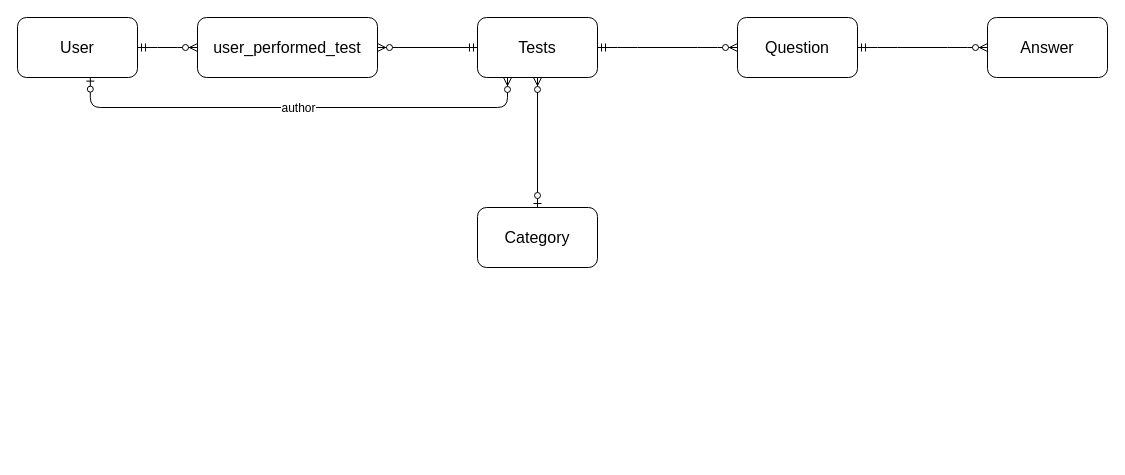
Before: Диаграмма без названия.drawio in Rustam-ki/ror-2.7.3, a draw.io diagram. Source tidied: cells renumbered, new cells numbered last; positions are measured from the earlier drawing's top-left corner, leaving out a move shared by most shapes. Both pictures are drawn from the tidied source at 100%, with x=0, y=0 at pixel (17, 17).
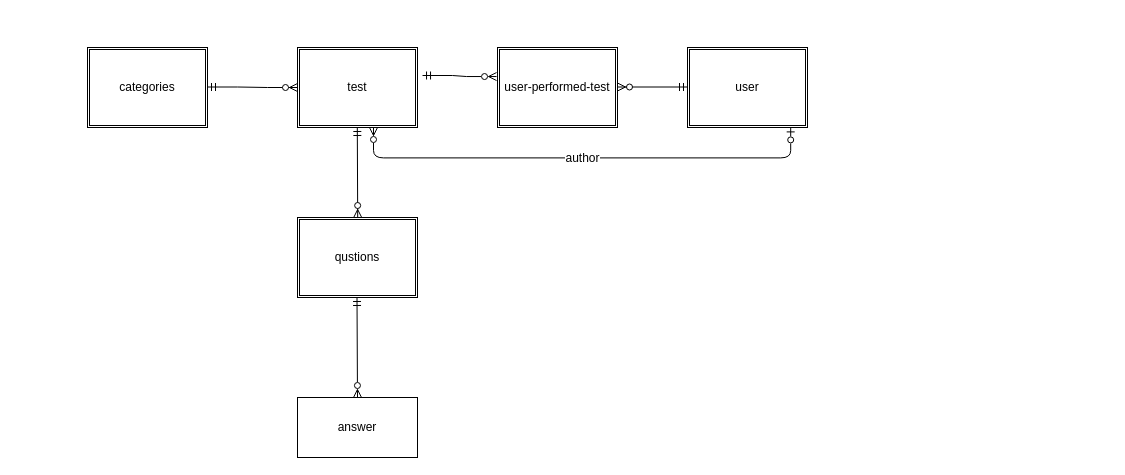
After the change.

Diff of the diagram source:
```diff
@@
-    <mxCell id="2" value="User" style="rounded=1;whiteSpace=wrap;html=1;strokeWidth=1;fontSize=16;" parent="1" vertex="1">
-      <mxGeometry width="120" height="60" as="geometry" />
-    </mxCell>
-    <mxCell id="3" value="Question" style="rounded=1;whiteSpace=wrap;html=1;strokeWidth=1;fontSize=16;" parent="1" vertex="1">
-      <mxGeometry x="720" width="120" height="60" as="geometry" />
-    </mxCell>
-    <mxCell id="4" value="Tests" style="rounded=1;whiteSpace=wrap;html=1;strokeWidth=1;fontSize=16;" parent="1" vertex="1">
-      <mxGeometry x="460" width="120" height="60" as="geometry" />
-    </mxCell>
-    <mxCell id="5" value="Answer" style="rounded=1;whiteSpace=wrap;html=1;strokeWidth=1;fontSize=16;" parent="1" vertex="1">
-      <mxGeometry x="970" width="120" height="60" as="geometry" />
-    </mxCell>
-    <mxCell id="6" value="user_performed_test" style="rounded=1;whiteSpace=wrap;html=1;strokeWidth=1;fontSize=16;" parent="1" vertex="1">
-      <mxGeometry x="180" width="180" height="60" as="geometry" />
-    </mxCell>
-    <mxCell id="7" value="Category" style="rounded=1;whiteSpace=wrap;html=1;strokeWidth=1;fontSize=16;direction=west;" parent="1" vertex="1">
-      <mxGeometry x="460" y="190" width="120" height="60" as="geometry" />
-    </mxCell>
-    <mxCell id="8" style="edgeStyle=orthogonalEdgeStyle;fontSize=12;html=1;endArrow=ERzeroToMany;startArrow=ERzeroToOne;entryX=0.25;entryY=1;strokeColor=#000000;exitX=0.607;exitY=0.994;exitPerimeter=0;" parent="1" edge="1" source="2" target="4">
-      <mxGeometry relative="1" as="geometry">
-        <Array as="points">
-          <mxPoint x="73" y="90" />
-          <mxPoint x="490" y="90" />
-        </Array>
-      </mxGeometry>
-    </mxCell>
+    <mxCell id="15" style="edgeStyle=entityRelationEdgeStyle;fontSize=12;html=1;endArrow=ERzeroToMany;startArrow=ERmandOne;rounded=0;exitX=1.042;exitY=0.35;exitDx=0;exitDy=0;exitPerimeter=0;entryX=-0.008;entryY=0.363;entryDx=0;entryDy=0;entryPerimeter=0;endFill=0;" parent="1" edge="1" source="16" target="19">
+      <mxGeometry relative="1" as="geometry" />
+    </mxCell>
+    <mxCell id="16" value="test&lt;br&gt;" style="shape=ext;double=1;rounded=0;whiteSpace=wrap;html=1;" parent="1" vertex="1">
+      <mxGeometry x="280" y="30" width="120" height="80" as="geometry" />
+    </mxCell>
+    <mxCell id="17" value="user&lt;br&gt;" style="shape=ext;double=1;rounded=0;whiteSpace=wrap;html=1;" parent="1" vertex="1">
+      <mxGeometry x="670" y="30" width="120" height="80" as="geometry" />
+    </mxCell>
+    <mxCell id="18" style="fontSize=12;html=1;endArrow=ERzeroToMany;startArrow=ERmandOne;rounded=0;" parent="1" edge="1">
+      <mxGeometry relative="1" as="geometry">
+        <mxPoint x="670" y="69.5" as="sourcePoint" />
+        <mxPoint x="600" y="69.5" as="targetPoint" />
+        <Array as="points">
+          <mxPoint x="670" y="69.5" />
+        </Array>
+      </mxGeometry>
+    </mxCell>
+    <mxCell id="19" value="user-performed-test" style="shape=ext;double=1;rounded=0;whiteSpace=wrap;html=1;" parent="1" vertex="1">
+      <mxGeometry x="480" y="30" width="120" height="80" as="geometry" />
+    </mxCell>
+    <mxCell id="20" value="categories&lt;br&gt;" style="shape=ext;double=1;rounded=0;whiteSpace=wrap;html=1;" parent="1" vertex="1">
+      <mxGeometry x="70" y="30" width="120" height="80" as="geometry" />
+    </mxCell>
+    <mxCell id="21" style="edgeStyle=entityRelationEdgeStyle;fontSize=12;html=1;endArrow=ERzeroToMany;startArrow=ERmandOne;rounded=0;entryX=0;entryY=0.5;entryDx=0;entryDy=0;" parent="1" edge="1" target="16">
+      <mxGeometry relative="1" as="geometry">
+        <mxPoint x="190" y="69.5" as="sourcePoint" />
+      </mxGeometry>
+    </mxCell>
+    <mxCell id="22" style="fontSize=12;html=1;endArrow=ERzeroToMany;startArrow=ERmandOne;rounded=0;" parent="1" edge="1">
+      <mxGeometry relative="1" as="geometry">
+        <mxPoint x="339.8" y="110" as="sourcePoint" />
+        <mxPoint x="340.2" y="200" as="targetPoint" />
+      </mxGeometry>
+    </mxCell>
+    <mxCell id="23" value="qustions&lt;br&gt;" style="shape=ext;double=1;rounded=0;whiteSpace=wrap;html=1;" parent="1" vertex="1">
+      <mxGeometry x="280" y="200" width="120" height="80" as="geometry" />
+    </mxCell>
+    <mxCell id="24" style="fontSize=12;html=1;endArrow=ERmandOne;startArrow=ERzeroToMany;rounded=0;startFill=0;" parent="1" edge="1">
+      <mxGeometry relative="1" as="geometry">
+        <mxPoint x="340" y="380" as="sourcePoint" />
+        <mxPoint x="339.5" y="280" as="targetPoint" />
+      </mxGeometry>
+    </mxCell>
+    <mxCell id="25" value="answer&lt;br&gt;" style="rounded=0;whiteSpace=wrap;html=1;" parent="1" vertex="1">
+      <mxGeometry x="280" y="380" width="120" height="60" as="geometry" />
+    </mxCell>
+    <mxCell id="26" style="edgeStyle=orthogonalEdgeStyle;fontSize=12;html=1;endArrow=ERzeroToOne;startArrow=ERzeroToMany;entryX=0.25;entryY=1;strokeColor=#000000;exitX=0.607;exitY=0.994;exitPerimeter=0;endFill=0;startFill=0;" parent="1" edge="1">
+      <mxGeometry relative="1" as="geometry">
+        <mxPoint x="356" y="110" as="sourcePoint" />
+        <mxPoint x="773.2" y="110.4" as="targetPoint" />
+        <Array as="points">
+          <mxPoint x="356.2" y="140.4" />
+          <mxPoint x="773.2" y="140.4" />
+        </Array>
+      </mxGeometry>
+    </mxCell>
-    <mxCell id="9" value="author" style="text;html=1;align=center;verticalAlign=middle;labelBackgroundColor=#ffffff;" parent="8" vertex="1">
+    <mxCell id="9" value="author" style="text;html=1;align=center;verticalAlign=middle;labelBackgroundColor=#ffffff;" parent="26" vertex="1">
       <mxGeometry x="-0.16" y="-2" relative="1" as="geometry">
         <mxPoint x="37.5" y="-2" as="offset" />
       </mxGeometry>
     </mxCell>
-    <mxCell id="10" style="fontSize=12;html=1;endArrow=ERzeroToMany;startArrow=ERzeroToOne;strokeColor=#000000;entryX=0.5;entryY=1;" parent="1" edge="1" target="4">
-      <mxGeometry relative="1" as="geometry">
-        <mxPoint x="520" y="190" as="sourcePoint" />
-      </mxGeometry>
-    </mxCell>
-    <mxCell id="11" style="edgeStyle=entityRelationEdgeStyle;fontSize=12;html=1;endArrow=ERzeroToMany;startArrow=ERmandOne;strokeColor=#000000;entryX=0;entryY=0.5;exitX=1;exitY=0.5;" parent="1" edge="1" source="4" target="3">
-      <mxGeometry relative="1" as="geometry" />
-    </mxCell>
-    <mxCell id="12" style="edgeStyle=entityRelationEdgeStyle;fontSize=12;html=1;endArrow=ERzeroToMany;startArrow=ERmandOne;strokeColor=#000000;entryX=0;entryY=0.5;exitX=1;exitY=0.5;" parent="1" edge="1" source="2" target="6">
-      <mxGeometry relative="1" as="geometry" />
-    </mxCell>
-    <mxCell id="13" style="fontSize=12;html=1;endArrow=ERzeroToMany;startArrow=ERmandOne;strokeColor=#000000;entryX=1;entryY=0.5;exitX=0;exitY=0.5;" parent="1" edge="1" source="4" target="6">
-      <mxGeometry relative="1" as="geometry" />
-    </mxCell>
-    <mxCell id="14" style="edgeStyle=entityRelationEdgeStyle;fontSize=12;html=1;endArrow=ERzeroToMany;startArrow=ERmandOne;strokeColor=#000000;entryX=0;entryY=0.5;exitX=1;exitY=0.5;" parent="1" edge="1" source="3" target="5">
-      <mxGeometry relative="1" as="geometry" />
-    </mxCell>
```
